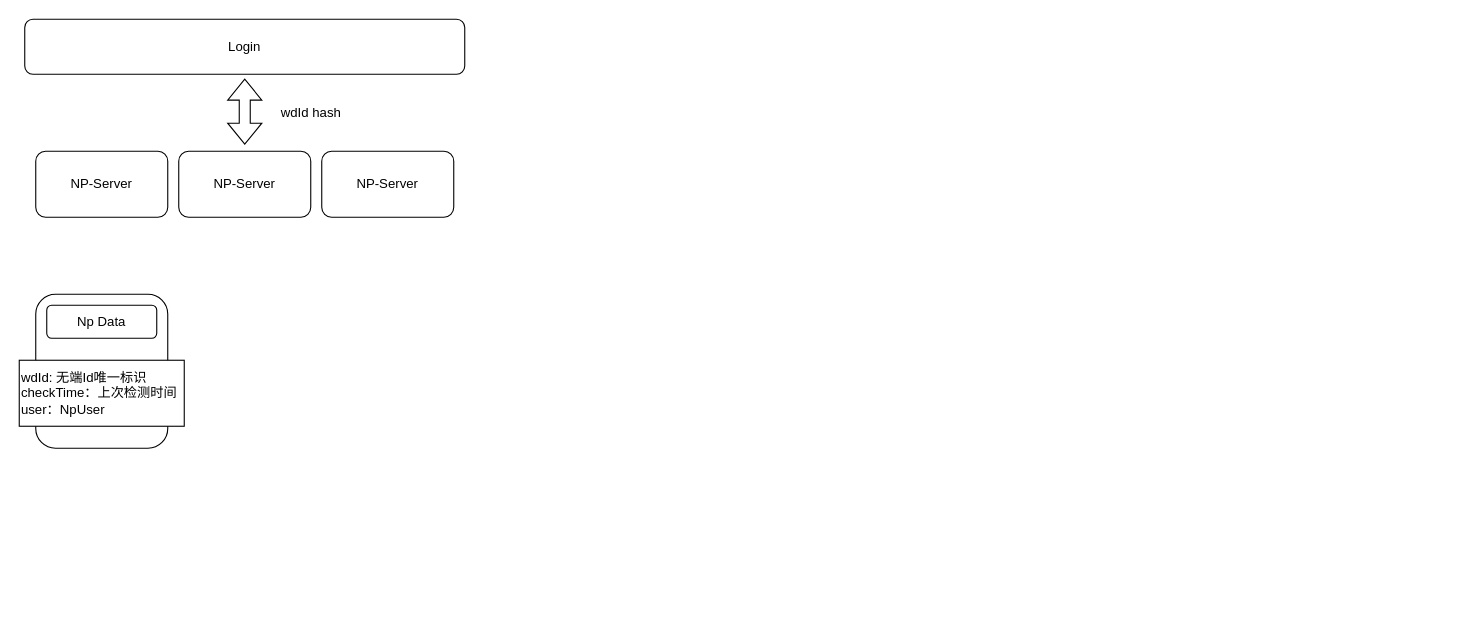
Ordertiny/graph keeps this draw.io diagram as SSJJ2/NP接入.drawio. Above is the earlier version. Source tidied: cells renumbered, new cells numbered last; positions are measured from the earlier drawing's top-left corner, leaving out a move shared by most shapes. Both pictures are drawn from the tidied source at 110%, with x=0, y=0 at pixel (19, 19).
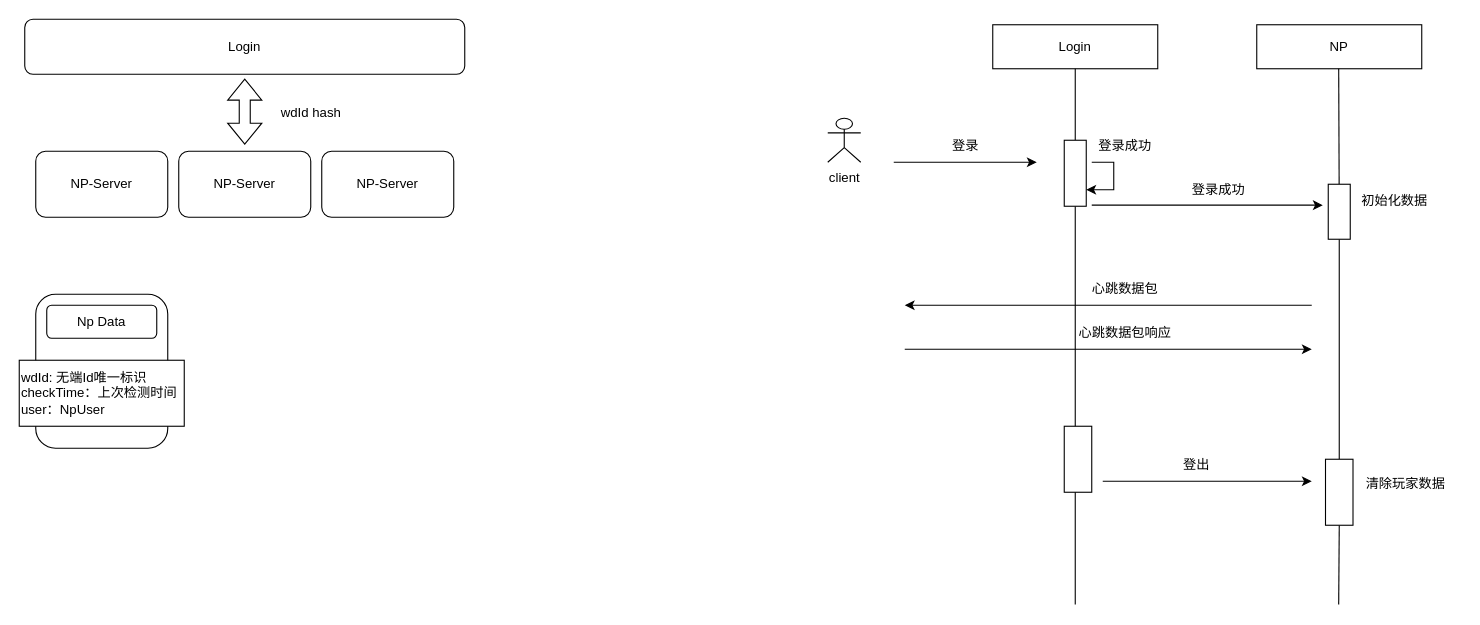
The same diagram, later.

The edit, as a diff of the source:
```diff
@@
+    <mxCell id="11" value="Login" style="rounded=0;whiteSpace=wrap;html=1;" parent="1" vertex="1">
+      <mxGeometry x="885" y="5" width="150" height="40" as="geometry" />
+    </mxCell>
+    <mxCell id="12" value="NP" style="rounded=0;whiteSpace=wrap;html=1;" parent="1" vertex="1">
+      <mxGeometry x="1125" y="5" width="150" height="40" as="geometry" />
+    </mxCell>
+    <mxCell id="13" value="client" style="shape=umlActor;verticalLabelPosition=bottom;verticalAlign=top;html=1;" parent="1" vertex="1">
+      <mxGeometry x="735" y="90" width="30" height="40" as="geometry" />
+    </mxCell>
+    <mxCell id="14" style="endArrow=none;html=1;rounded=0;entryX=0.5;entryY=1;entryDx=0;entryDy=0;" parent="1" edge="1" source="17" target="11">
+      <mxGeometry relative="1" as="geometry" />
+    </mxCell>
+    <mxCell id="15" style="endArrow=none;html=1;rounded=0;entryX=0.5;entryY=1;entryDx=0;entryDy=0;" parent="1" edge="1" source="23">
+      <mxGeometry relative="1" as="geometry">
+        <mxPoint x="1199.5" y="45" as="targetPoint" />
+      </mxGeometry>
+    </mxCell>
+    <mxCell id="16" style="endArrow=none;html=1;rounded=0;entryX=0.5;entryY=1;entryDx=0;entryDy=0;" parent="1" edge="1" target="17">
+      <mxGeometry relative="1" as="geometry">
+        <mxPoint x="960" y="532" as="sourcePoint" />
+      </mxGeometry>
+    </mxCell>
+    <mxCell id="17" style="rounded=0;whiteSpace=wrap;html=1;" parent="1" vertex="1">
+      <mxGeometry x="950" y="110" width="20" height="60" as="geometry" />
+    </mxCell>
+    <mxCell id="18" style="endArrow=classic;html=1;rounded=0;" parent="1" edge="1">
+      <mxGeometry relative="1" as="geometry">
+        <mxPoint x="795" y="130" as="sourcePoint" />
+        <mxPoint x="925" y="130" as="targetPoint" />
+      </mxGeometry>
+    </mxCell>
+    <mxCell id="19" value="登录" style="text;html=1;align=center;verticalAlign=middle;strokeColor=none;fillColor=none;" parent="1" vertex="1">
+      <mxGeometry x="835" y="100" width="50" height="30" as="geometry" />
+    </mxCell>
+    <mxCell id="20" style="endArrow=classic;html=1;rounded=0;edgeStyle=elbowEdgeStyle;entryX=1;entryY=0.75;entryDx=0;entryDy=0;" parent="1" edge="1" target="17">
+      <mxGeometry relative="1" as="geometry">
+        <mxPoint x="975" y="130" as="sourcePoint" />
+        <Array as="points">
+          <mxPoint x="995" y="140" />
+        </Array>
+      </mxGeometry>
+    </mxCell>
+    <mxCell id="21" value="登录成功" style="text;html=1;align=center;verticalAlign=middle;strokeColor=none;fillColor=none;" parent="1" vertex="1">
+      <mxGeometry x="970" y="100" width="70" height="30" as="geometry" />
+    </mxCell>
+    <mxCell id="22" style="endArrow=none;html=1;rounded=0;entryX=0.5;entryY=1;entryDx=0;entryDy=0;" parent="1" edge="1" source="35" target="23">
+      <mxGeometry relative="1" as="geometry" />
+    </mxCell>
+    <mxCell id="23" style="rounded=0;whiteSpace=wrap;html=1;" parent="1" vertex="1">
+      <mxGeometry x="1190" y="150" width="20" height="50" as="geometry" />
+    </mxCell>
+    <mxCell id="24" style="endArrow=classic;html=1;rounded=0;" parent="1" edge="1">
+      <mxGeometry relative="1" as="geometry">
+        <mxPoint x="975" y="169" as="sourcePoint" />
+        <mxPoint x="1185" y="169" as="targetPoint" />
+      </mxGeometry>
+    </mxCell>
+    <mxCell id="25" value="登录成功" style="text;html=1;align=center;verticalAlign=middle;strokeColor=none;fillColor=none;" parent="1" vertex="1">
+      <mxGeometry x="1055" y="140" width="70" height="30" as="geometry" />
+    </mxCell>
+    <mxCell id="26" value="初始化数据" style="text;html=1;align=center;verticalAlign=middle;strokeColor=none;fillColor=none;" parent="1" vertex="1">
+      <mxGeometry x="1210" y="150" width="80" height="30" as="geometry" />
+    </mxCell>
+    <mxCell id="27" style="endArrow=classic;html=1;rounded=0;" parent="1" edge="1">
+      <mxGeometry relative="1" as="geometry">
+        <mxPoint x="1175" y="260" as="sourcePoint" />
+        <mxPoint x="805" y="260" as="targetPoint" />
+      </mxGeometry>
+    </mxCell>
+    <mxCell id="28" value="心跳数据包" style="text;html=1;align=center;verticalAlign=middle;strokeColor=none;fillColor=none;" parent="1" vertex="1">
+      <mxGeometry x="965" y="230" width="80" height="30" as="geometry" />
+    </mxCell>
+    <mxCell id="29" style="endArrow=classic;html=1;rounded=0;" parent="1" edge="1">
+      <mxGeometry relative="1" as="geometry">
+        <mxPoint x="805" y="300" as="sourcePoint" />
+        <mxPoint x="1175" y="300" as="targetPoint" />
+      </mxGeometry>
+    </mxCell>
+    <mxCell id="30" value="心跳数据包响应" style="text;html=1;align=center;verticalAlign=middle;strokeColor=none;fillColor=none;" parent="1" vertex="1">
+      <mxGeometry x="950" y="270" width="110" height="30" as="geometry" />
+    </mxCell>
+    <mxCell id="31" style="rounded=0;whiteSpace=wrap;html=1;" parent="1" vertex="1">
+      <mxGeometry x="950" y="370" width="25" height="60" as="geometry" />
+    </mxCell>
+    <mxCell id="32" style="endArrow=classic;html=1;rounded=0;" parent="1" edge="1">
+      <mxGeometry relative="1" as="geometry">
+        <mxPoint x="985" y="420" as="sourcePoint" />
+        <mxPoint x="1175" y="420" as="targetPoint" />
+      </mxGeometry>
+    </mxCell>
+    <mxCell id="33" value="登出" style="text;html=1;align=center;verticalAlign=middle;strokeColor=none;fillColor=none;" parent="1" vertex="1">
+      <mxGeometry x="1045" y="390" width="50" height="30" as="geometry" />
+    </mxCell>
+    <mxCell id="34" style="endArrow=none;html=1;rounded=0;entryX=0.5;entryY=1;entryDx=0;entryDy=0;" parent="1" edge="1" target="35">
+      <mxGeometry relative="1" as="geometry">
+        <mxPoint x="1199.5" y="532" as="sourcePoint" />
+      </mxGeometry>
+    </mxCell>
+    <mxCell id="35" style="rounded=0;whiteSpace=wrap;html=1;" parent="1" vertex="1">
+      <mxGeometry x="1187.5" y="400" width="25" height="60" as="geometry" />
+    </mxCell>
+    <mxCell id="36" value="清除玩家数据" style="text;html=1;align=center;verticalAlign=middle;strokeColor=none;fillColor=none;" parent="1" vertex="1">
+      <mxGeometry x="1210" y="408" width="100" height="30" as="geometry" />
+    </mxCell>
```
